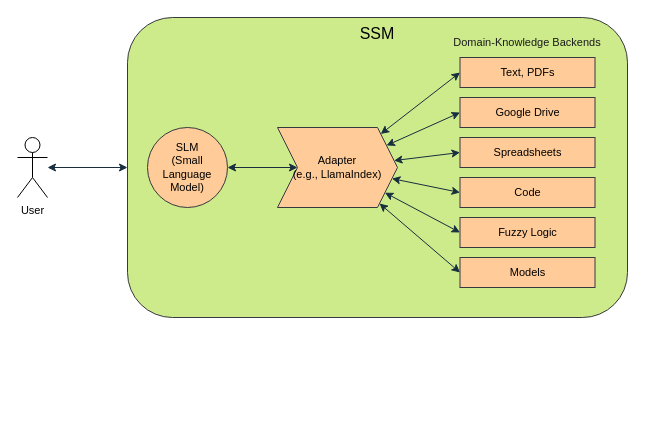
Before: page "key-components" (2 of 4) of diagrams/ssm.drawio in aitomatic/openssa, a draw.io diagram. Source tidied: cells renumbered, new cells numbered last; positions are measured from the earlier drawing's top-left corner, leaving out a move shared by most shapes. Both pictures are drawn from the tidied source at 100%, with x=0, y=0 at pixel (17, 17).
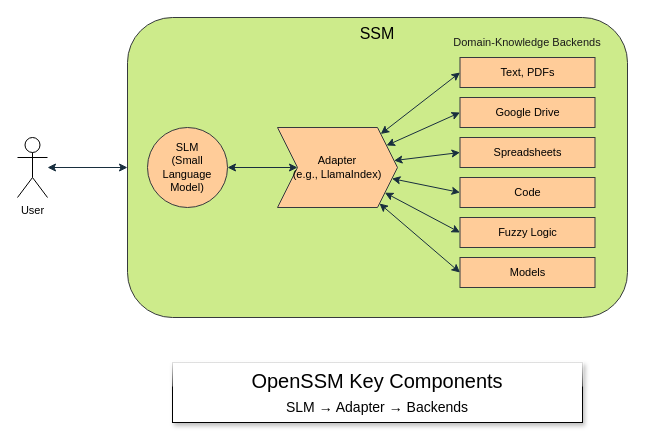
Above is the later version.

Change to the diagram source:
```diff
@@
+    <mxCell id="21" value="OpenSSM Key Components&lt;br&gt;&lt;font style=&quot;font-size: 14px;&quot;&gt;SLM → Adapter → Backends&lt;/font&gt;" style="rounded=0;whiteSpace=wrap;html=1;fontFamily=Helvetica;fontSize=20;shadow=1;glass=1;" parent="1" vertex="1">
+      <mxGeometry x="155" y="345" width="410" height="60" as="geometry" />
+    </mxCell>
```
